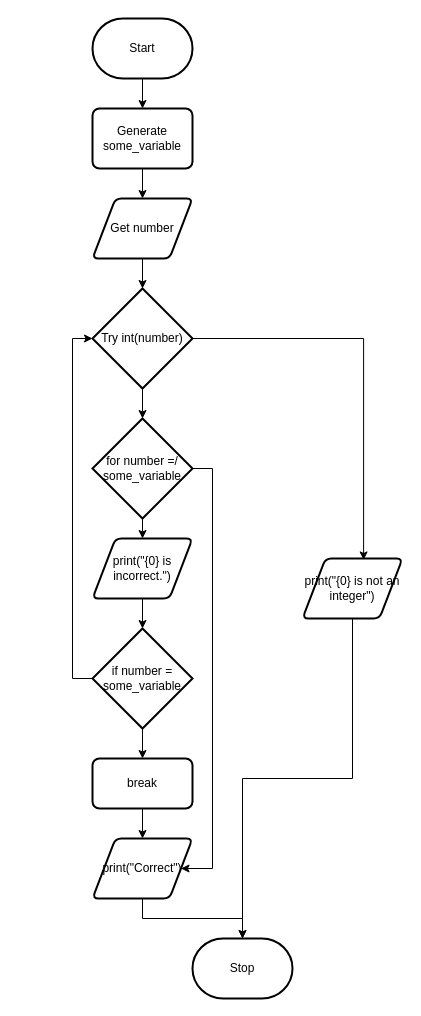
The draw.io diagram Copy of flowchart.drawio in Ethan-Gravelle/ICS3U-Unit4-04-Python-Number-Guess, before the edit. Source tidied: cells renumbered, new cells numbered last; positions are measured from the earlier drawing's top-left corner, leaving out a move shared by most shapes. Both pictures are drawn from the tidied source at 100%, with x=0, y=0 at pixel (92, 18).
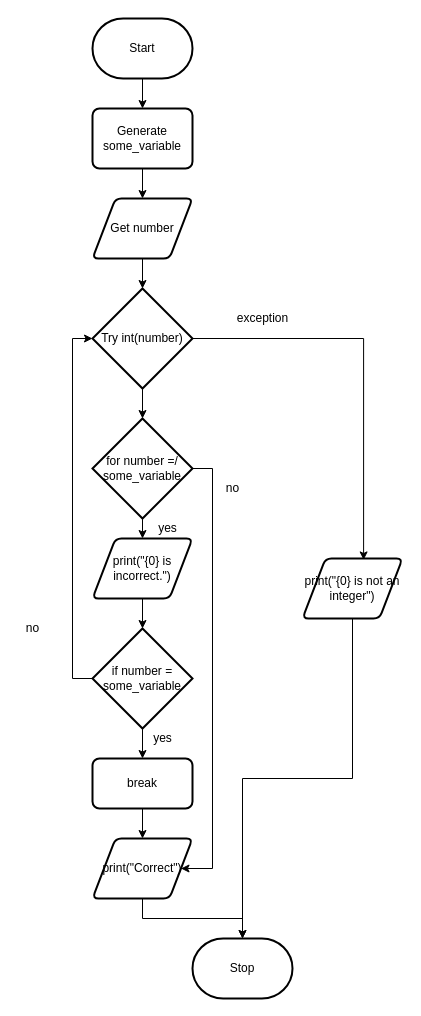
Above is the later version.

The edit, as a diff of the source:
```diff
@@
+    <mxCell id="26" value="exception" style="text;html=1;align=center;verticalAlign=middle;strokeColor=none;" parent="1" vertex="1">
+      <mxGeometry x="135" y="290" width="70" height="20" as="geometry" />
+    </mxCell>
+    <mxCell id="27" value="yes" style="text;html=1;align=center;verticalAlign=middle;strokeColor=none;" parent="1" vertex="1">
+      <mxGeometry x="60" y="500" width="30" height="20" as="geometry" />
+    </mxCell>
+    <mxCell id="28" value="no" style="text;html=1;align=center;verticalAlign=middle;strokeColor=none;" parent="1" vertex="1">
+      <mxGeometry x="125" y="460" width="30" height="20" as="geometry" />
+    </mxCell>
+    <mxCell id="29" value="no" style="text;html=1;align=center;verticalAlign=middle;strokeColor=none;" parent="1" vertex="1">
+      <mxGeometry x="-75" y="600" width="30" height="20" as="geometry" />
+    </mxCell>
+    <mxCell id="30" value="yes" style="text;html=1;align=center;verticalAlign=middle;strokeColor=none;" parent="1" vertex="1">
+      <mxGeometry x="55" y="710" width="30" height="20" as="geometry" />
+    </mxCell>
```
